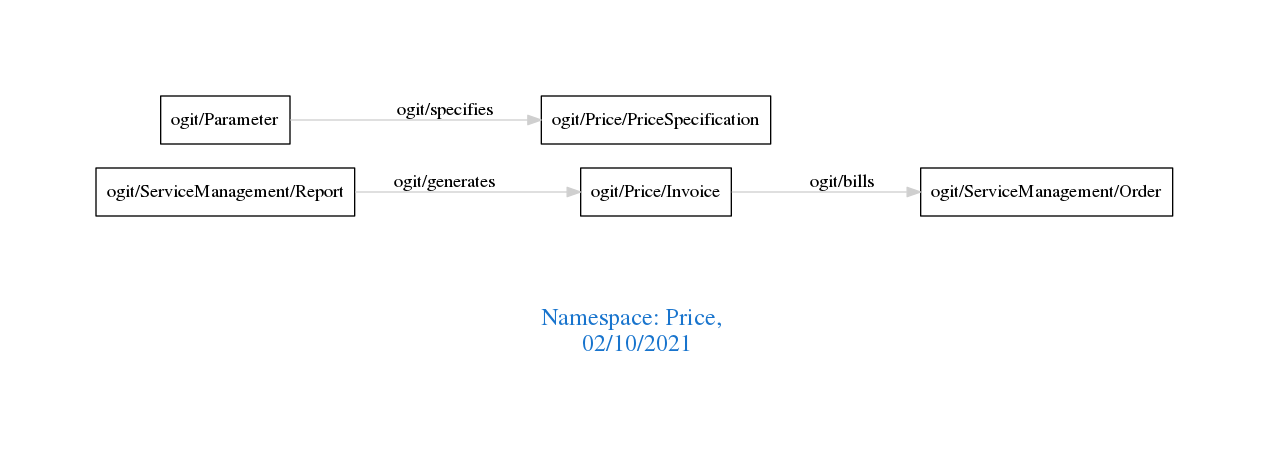
This is downloads/Price.png from arago/OGIT, a Graphviz export, as it was before one commit. Its source is kept beside it as downloads/Price.dot.
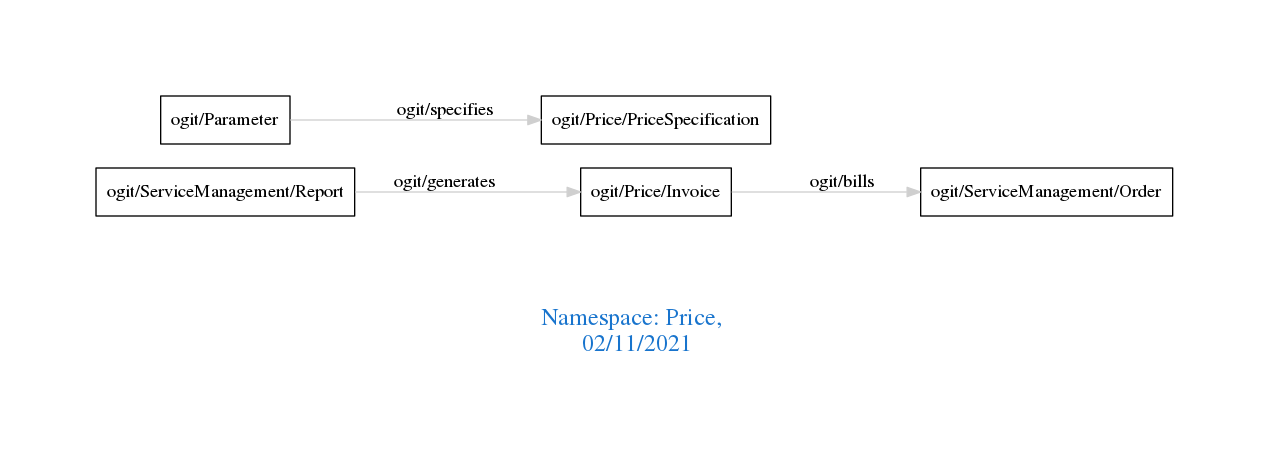
After the commit.

Change to the diagram source:
```diff
@@ -1,7 +1,7 @@
 digraph OGIT_ontology {
  graph [ rankdir= LR,pad=1
 fontsize = 18,
-fontcolor= dodgerblue3,label = "\n\n\nNamespace: Price, \n 02/10/2021"];
+fontcolor= dodgerblue3,label = "\n\n\nNamespace: Price, \n 02/11/2021"];
 node[shape=polygon];
 edge [  color="gray81"];
 
```
